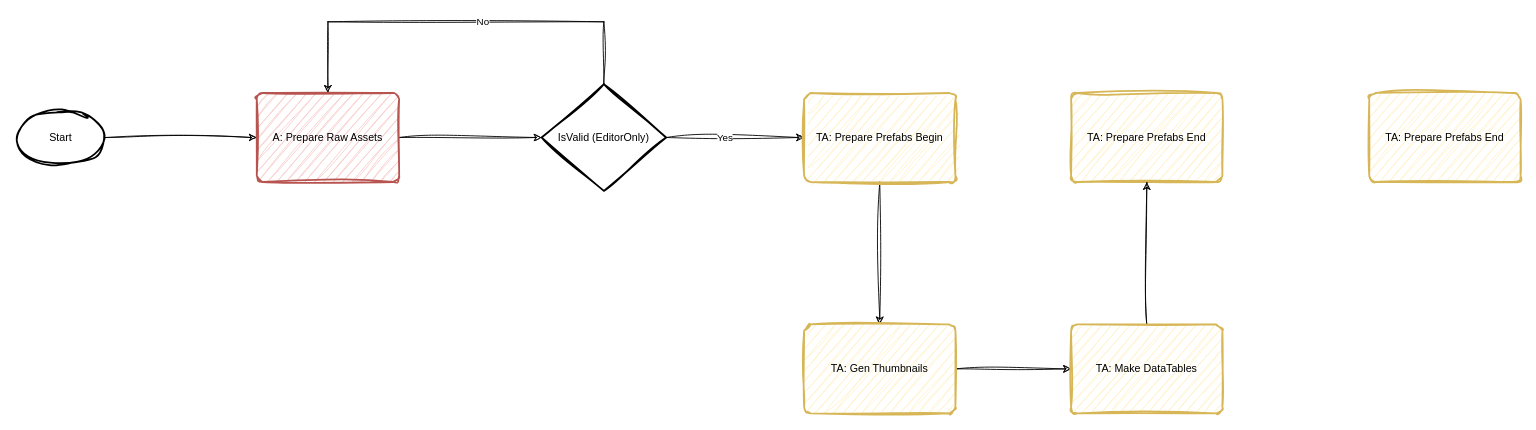
Before: drawio/MetaHumanRuntimeEditor/UML.drawio in json-jcc/Notes, a draw.io diagram. Source tidied: cells renumbered, new cells numbered last; positions are measured from the earlier drawing's top-left corner, leaving out a move shared by most shapes. Both pictures are drawn from the tidied source at 89%, with x=0, y=0 at pixel (16, 21).
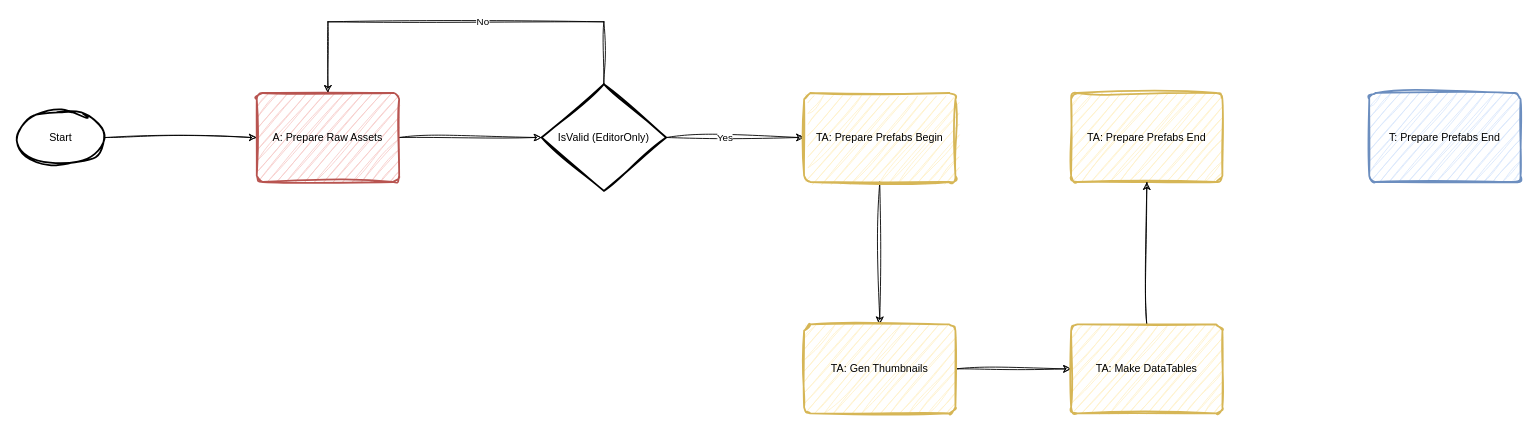
Above is the later version.

The edit, as a diff of the source:
```diff
@@
-    <mxCell id="18" value="TA: Prepare Prefabs End" style="rounded=1;whiteSpace=wrap;html=1;absoluteArcSize=1;arcSize=14;strokeWidth=2;sketch=1;curveFitting=1;jiggle=2;fillColor=#fff2cc;strokeColor=#d6b656;" parent="1" vertex="1">
+    <mxCell id="18" value="T: Prepare Prefabs End" style="rounded=1;whiteSpace=wrap;html=1;absoluteArcSize=1;arcSize=14;strokeWidth=2;sketch=1;curveFitting=1;jiggle=2;fillColor=#dae8fc;strokeColor=#6c8ebf;" parent="1" vertex="1">
       <mxGeometry x="1520" y="80" width="170" height="100" as="geometry" />
     </mxCell>
```
